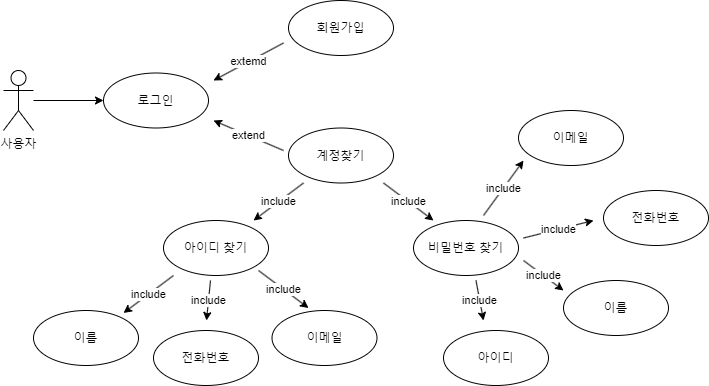
Before: 사용자 로그인.png, a diagram exported from draw.io (Yoon-jae-min/UsecaseDiagram). Source tidied: cells renumbered, new cells last; positions are measured from the earlier drawing's top-left corner, leaving out a move shared by most shapes.
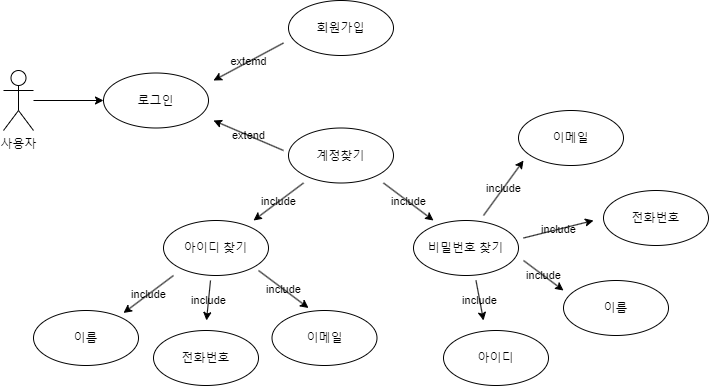
After the change.

Commit message:
사용자 로그인.png 업데이트

Diff of the diagram source:
```diff
@@ -14,13 +14,13 @@
     <mxCell id="5" value="&lt;div&gt;&lt;br&gt;&lt;/div&gt;회원가입&lt;div&gt;&lt;/div&gt;&lt;div&gt;&lt;/div&gt;" style="ellipse;whiteSpace=wrap;html=1;verticalAlign=top;fillColor=none;direction=east;" parent="1" vertex="1">
       <mxGeometry x="285" width="105" height="55" as="geometry" />
     </mxCell>
-    <mxCell id="6" value="extemd" style="endArrow=classic;html=1;rounded=0;startFill=1;spacingTop=-1;" parent="1" edge="1">
+    <mxCell id="6" value="extemd" style="endArrow=classic;html=1;rounded=0;startFill=1;spacingTop=-1;labelBackgroundColor=none;" parent="1" edge="1">
       <mxGeometry relative="1" as="geometry">
         <mxPoint x="280" y="42.5" as="sourcePoint" />
         <mxPoint x="210" y="80" as="targetPoint" />
       </mxGeometry>
     </mxCell>
-    <mxCell id="7" value="extend" style="endArrow=classic;html=1;rounded=0;startFill=1;spacingTop=-1;" parent="1" edge="1">
+    <mxCell id="7" value="extend" style="endArrow=classic;html=1;rounded=0;startFill=1;spacingTop=-1;labelBackgroundColor=none;" parent="1" edge="1">
       <mxGeometry relative="1" as="geometry">
         <mxPoint x="280" y="150" as="sourcePoint" />
         <mxPoint x="210" y="120" as="targetPoint" />
@@ -35,19 +35,19 @@
     <mxCell id="10" value="&lt;div&gt;&lt;br&gt;&lt;/div&gt;비밀번호 찾기&lt;div&gt;&lt;/div&gt;" style="ellipse;whiteSpace=wrap;html=1;verticalAlign=top;fillColor=none;direction=east;" parent="1" vertex="1">
       <mxGeometry x="410" y="220" width="105" height="55" as="geometry" />
     </mxCell>
-    <mxCell id="11" value="include" style="endArrow=classic;html=1;rounded=0;" parent="1" edge="1">
+    <mxCell id="11" value="include" style="endArrow=classic;html=1;rounded=0;labelBackgroundColor=none;" parent="1" edge="1">
       <mxGeometry relative="1" as="geometry">
         <mxPoint x="300" y="182.5" as="sourcePoint" />
         <mxPoint x="250" y="220" as="targetPoint" />
       </mxGeometry>
     </mxCell>
-    <mxCell id="12" value="include" style="endArrow=classic;html=1;rounded=0;" parent="1" edge="1">
+    <mxCell id="12" value="include" style="endArrow=classic;html=1;rounded=0;labelBackgroundColor=none;" parent="1" edge="1">
       <mxGeometry relative="1" as="geometry">
         <mxPoint x="380" y="182.5" as="sourcePoint" />
         <mxPoint x="430" y="220" as="targetPoint" />
       </mxGeometry>
     </mxCell>
-    <mxCell id="13" value="include" style="endArrow=classic;html=1;rounded=0;" parent="1" edge="1">
+    <mxCell id="13" value="include" style="endArrow=classic;html=1;rounded=0;labelBackgroundColor=none;" parent="1" edge="1">
       <mxGeometry relative="1" as="geometry">
         <mxPoint x="170" y="275" as="sourcePoint" />
         <mxPoint x="120" y="312.5" as="targetPoint" />
@@ -62,13 +62,13 @@
     <mxCell id="16" value="&lt;div&gt;&lt;/div&gt;&lt;div&gt;&lt;/div&gt;&lt;div&gt;&lt;br&gt;&lt;/div&gt;&lt;div&gt;이메일&lt;/div&gt;" style="ellipse;whiteSpace=wrap;html=1;verticalAlign=top;fillColor=none;direction=east;" parent="1" vertex="1">
       <mxGeometry x="268.5" y="310" width="105" height="55" as="geometry" />
     </mxCell>
-    <mxCell id="17" value="include" style="endArrow=classic;html=1;rounded=0;" parent="1" edge="1">
+    <mxCell id="17" value="include" style="endArrow=classic;html=1;rounded=0;labelBackgroundColor=none;" parent="1" edge="1">
       <mxGeometry relative="1" as="geometry">
         <mxPoint x="255" y="270" as="sourcePoint" />
         <mxPoint x="305" y="307.5" as="targetPoint" />
       </mxGeometry>
     </mxCell>
-    <mxCell id="18" value="include" style="endArrow=classic;html=1;rounded=0;" parent="1" edge="1">
+    <mxCell id="18" value="include" style="endArrow=classic;html=1;rounded=0;labelBackgroundColor=none;" parent="1" edge="1">
       <mxGeometry relative="1" as="geometry">
         <mxPoint x="207" y="280" as="sourcePoint" />
         <mxPoint x="203" y="320" as="targetPoint" />
@@ -86,25 +86,25 @@
     <mxCell id="22" value="&lt;div&gt;&lt;/div&gt;&lt;div&gt;&lt;/div&gt;&lt;div&gt;&lt;br&gt;&lt;/div&gt;&lt;div&gt;이름&lt;/div&gt;" style="ellipse;whiteSpace=wrap;html=1;verticalAlign=top;fillColor=none;direction=east;" parent="1" vertex="1">
       <mxGeometry x="560" y="280" width="105" height="55" as="geometry" />
     </mxCell>
-    <mxCell id="23" value="include" style="endArrow=classic;html=1;rounded=0;" parent="1" edge="1">
+    <mxCell id="23" value="include" style="endArrow=classic;html=1;rounded=0;labelBackgroundColor=none;" parent="1" edge="1">
       <mxGeometry relative="1" as="geometry">
         <mxPoint x="480" y="215" as="sourcePoint" />
         <mxPoint x="520" y="160" as="targetPoint" />
       </mxGeometry>
     </mxCell>
-    <mxCell id="24" value="include" style="endArrow=classic;html=1;rounded=0;" parent="1" edge="1">
+    <mxCell id="24" value="include" style="endArrow=classic;html=1;rounded=0;labelBackgroundColor=none;" parent="1" edge="1">
       <mxGeometry relative="1" as="geometry">
         <mxPoint x="520" y="237.5" as="sourcePoint" />
         <mxPoint x="590" y="220" as="targetPoint" />
       </mxGeometry>
     </mxCell>
-    <mxCell id="25" value="include" style="endArrow=classic;html=1;rounded=0;" parent="1" edge="1">
+    <mxCell id="25" value="include" style="endArrow=classic;html=1;rounded=0;labelBackgroundColor=none;" parent="1" edge="1">
       <mxGeometry relative="1" as="geometry">
         <mxPoint x="520" y="260" as="sourcePoint" />
         <mxPoint x="560" y="290" as="targetPoint" />
       </mxGeometry>
     </mxCell>
-    <mxCell id="26" value="include" style="endArrow=classic;html=1;rounded=0;" parent="1" edge="1">
+    <mxCell id="26" value="include" style="endArrow=classic;html=1;rounded=0;labelBackgroundColor=none;" parent="1" edge="1">
       <mxGeometry relative="1" as="geometry">
         <mxPoint x="472.5" y="280" as="sourcePoint" />
         <mxPoint x="480" y="320" as="targetPoint" />
```
